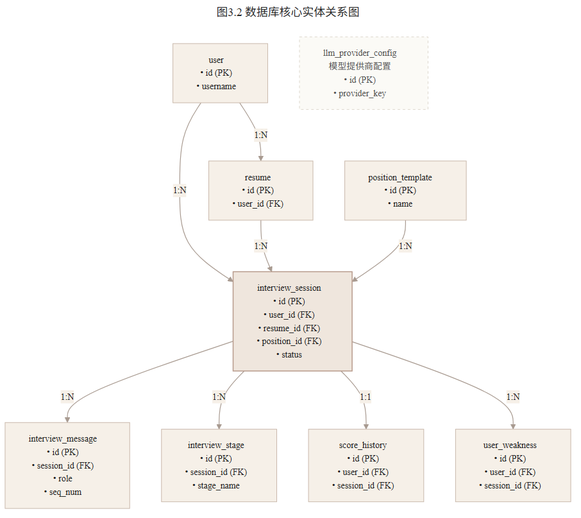
The Mermaid diagram thesis-assets/evidence/diagrams/fig-3.2-database-er.png in zyyyyynnn/Prelude, before a commit. Its source is kept beside it as thesis-assets/evidence/diagrams/fig-3.3-system-architecture.mmd.
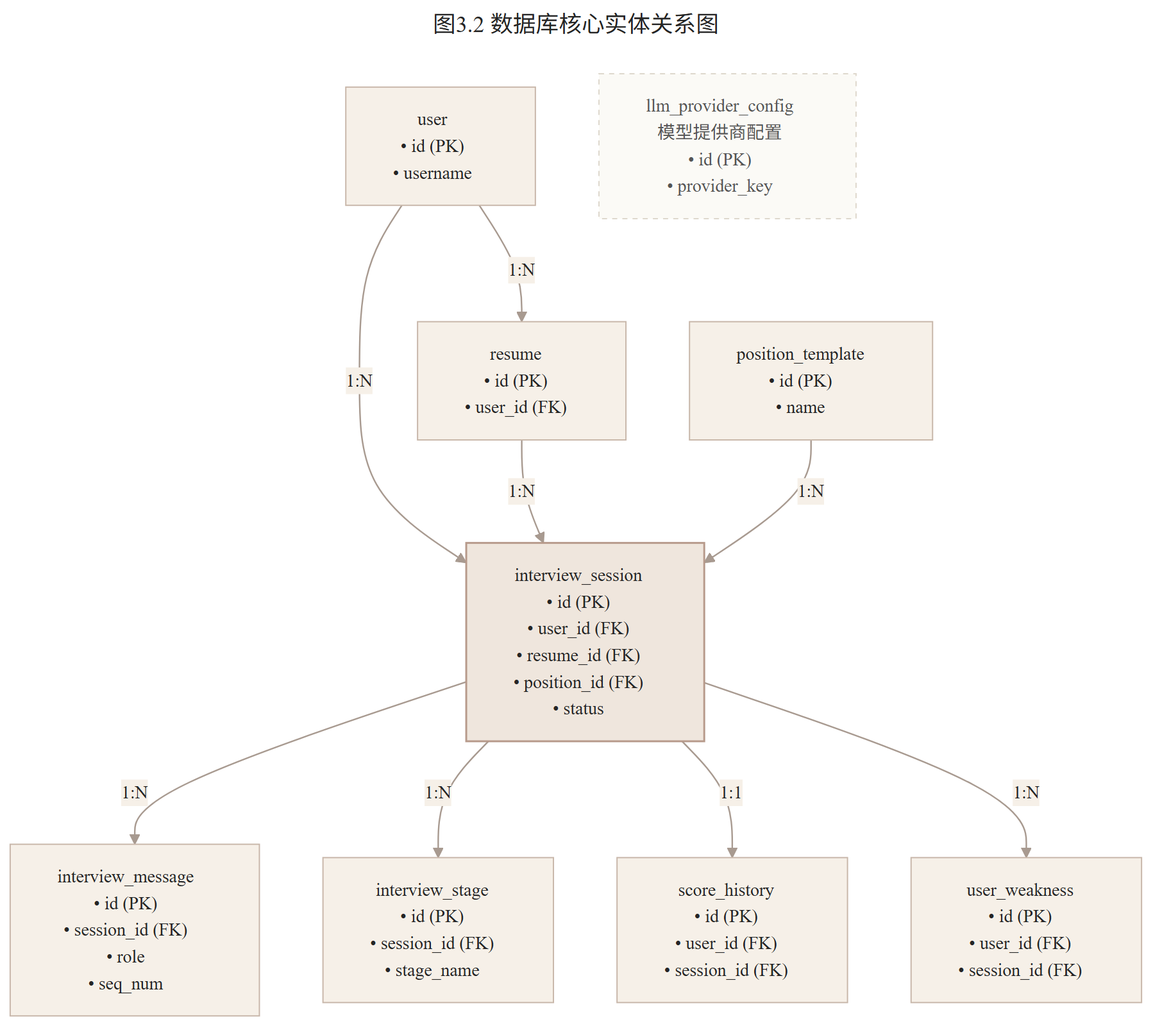
After the commit.

The edit, as a diff of the source:
```diff
@@ -21,62 +21,51 @@
     "curve": "basis"
   }
 }}%%
-flowchart TB
+flowchart LR
   user((" &nbsp; 用户 / 浏览器端 &nbsp; "))
 
-  subgraph Frontend[" &nbsp; 前端展示层 &nbsp; "]
-    ui[" &nbsp; Vue 3 页面交互 &nbsp; <br/> &nbsp; 登录 / 上传 / 面试 / 报告 &nbsp; "]
-    chart[" &nbsp; ECharts 数据看板 &nbsp; "]
+  subgraph frontend[" &nbsp; 前端层 &nbsp; "]
+    vue[" &nbsp; Vue 3 / Vite &nbsp; "]
+    view[" &nbsp; 面试 / 报告 / 看板 &nbsp; "]
   end
 
-  subgraph Backend[" &nbsp; 后端服务层 &nbsp; "]
+  subgraph backend[" &nbsp; 后端层 &nbsp; "]
     api[" &nbsp; Spring Boot API &nbsp; "]
-    security[" &nbsp; JWT / CORS &nbsp; "]
-    sse[" &nbsp; SSE 事件通道 &nbsp; "]
+    auth[" &nbsp; JWT / 权限校验 &nbsp; "]
+    biz[" &nbsp; 简历解析 / 面试 / BYOK / 报告编排 &nbsp; "]
   end
 
-  subgraph Business[" &nbsp; 业务模块 &nbsp; "]
-    core[" &nbsp; 认证 / 简历解析 / 岗位匹配 &nbsp; <br/> &nbsp; 模拟面试 / BYOK 配置 / 数据看板 &nbsp; "]
-    report[" &nbsp; 报告生成服务 &nbsp; <br/> &nbsp; /finish -> generating &nbsp; "]
+  subgraph async[" &nbsp; 异步报告链路 &nbsp; "]
+    rabbit[" &nbsp; RabbitMQ &nbsp; <br/> &nbsp; 报告任务队列 &nbsp; "]
     worker[" &nbsp; ReportJobWorker &nbsp; "]
   end
 
-  subgraph Model[" &nbsp; 模型服务层 &nbsp; "]
-    llm[" &nbsp; LLM Provider &nbsp; <br/> &nbsp; OpenAI-compatible / BYOK &nbsp; "]
+  subgraph data[" &nbsp; 数据与中间件层 &nbsp; "]
+    mysql[" &nbsp; MySQL &nbsp; <br/> &nbsp; 业务数据 &nbsp; "]
+    redis[" &nbsp; Redis &nbsp; <br/> &nbsp; 限流 / 缓存 / 状态辅助 &nbsp; "]
   end
 
-  subgraph Data[" &nbsp; 数据与中间件层 &nbsp; "]
-    mysql[" &nbsp; MySQL &nbsp; <br/> &nbsp; 核心业务数据 &nbsp; "]
-    redis[" &nbsp; Redis &nbsp; <br/> &nbsp; 限流 / 缓存 / 评分锁 / 状态辅助 &nbsp; "]
-    rabbit[" &nbsp; RabbitMQ &nbsp; <br/> &nbsp; 报告生成异步任务队列 &nbsp; "]
-  end
+  llm[" &nbsp; LLM Provider &nbsp; <br/> &nbsp; OpenAI-compatible / BYOK &nbsp; "]
+  fixture[" &nbsp; 本地验收数据夹具 &nbsp; <br/> &nbsp; local/dev only &nbsp; "]
+  monitor[" &nbsp; Prometheus / Grafana &nbsp; <br/> &nbsp; 可选观测层 &nbsp; "]
 
-  subgraph Observability[" &nbsp; 可选观测层 &nbsp; "]
-    monitor[" &nbsp; Prometheus / Grafana &nbsp; "]
-  end
+  user --> vue
+  vue --> view
+  vue --> api
 
-  fixture[" &nbsp; 本地验收数据夹具 &nbsp; <br/> &nbsp; local/dev reset / data seed &nbsp; "]
+  api --> auth
+  api --> biz
+  biz --> mysql
+  biz --> redis
+  biz --> llm
+  biz --> rabbit
+  rabbit --> worker
+  worker --> mysql
+  worker --> api
 
-  user --> ui
-  ui --> chart
-  ui -->|REST API / SSE| api
-  api --> security
-  api --> core
-  api --> sse
-
-  core -->|业务数据| mysql
-  core -->|限流 / 缓存 / 状态辅助| redis
-  core -->|OpenAI-compatible / BYOK| llm
-  core --> report
-  report -->|发布报告任务| rabbit
-  rabbit -->|消费任务| worker
-  worker -->|summary_report / finished| mysql
-  worker -->|report_ready| sse
-  sse -->|事件通知| ui
-
-  fixture -.->|local/dev only| core
-  fixture -.->|data-dev.sql| mysql
-  monitor -.->|metrics| api
+  fixture -.-> biz
+  fixture -.-> mysql
+  monitor -.-> api
 
   classDef actor fill:#EFE6DD,stroke:#B79A8B,stroke-width:1.5px,color:#252525
   classDef layer fill:#FBFAF6,stroke:#DED8CD,color:#252525
@@ -86,8 +75,8 @@
   classDef optional fill:#FBFAF6,stroke:#C8B7AA,stroke-dasharray: 5 5,color:#555555
 
   class user actor
-  class Frontend,Backend,Business,Model,Data,Observability layer
-  class ui,chart,api,security,sse,core,report,worker main
+  class frontend,backend,async,data layer
+  class vue,view,api,auth,biz,worker main
   class mysql,redis,rabbit store
   class llm ext
   class fixture,monitor optional
```
